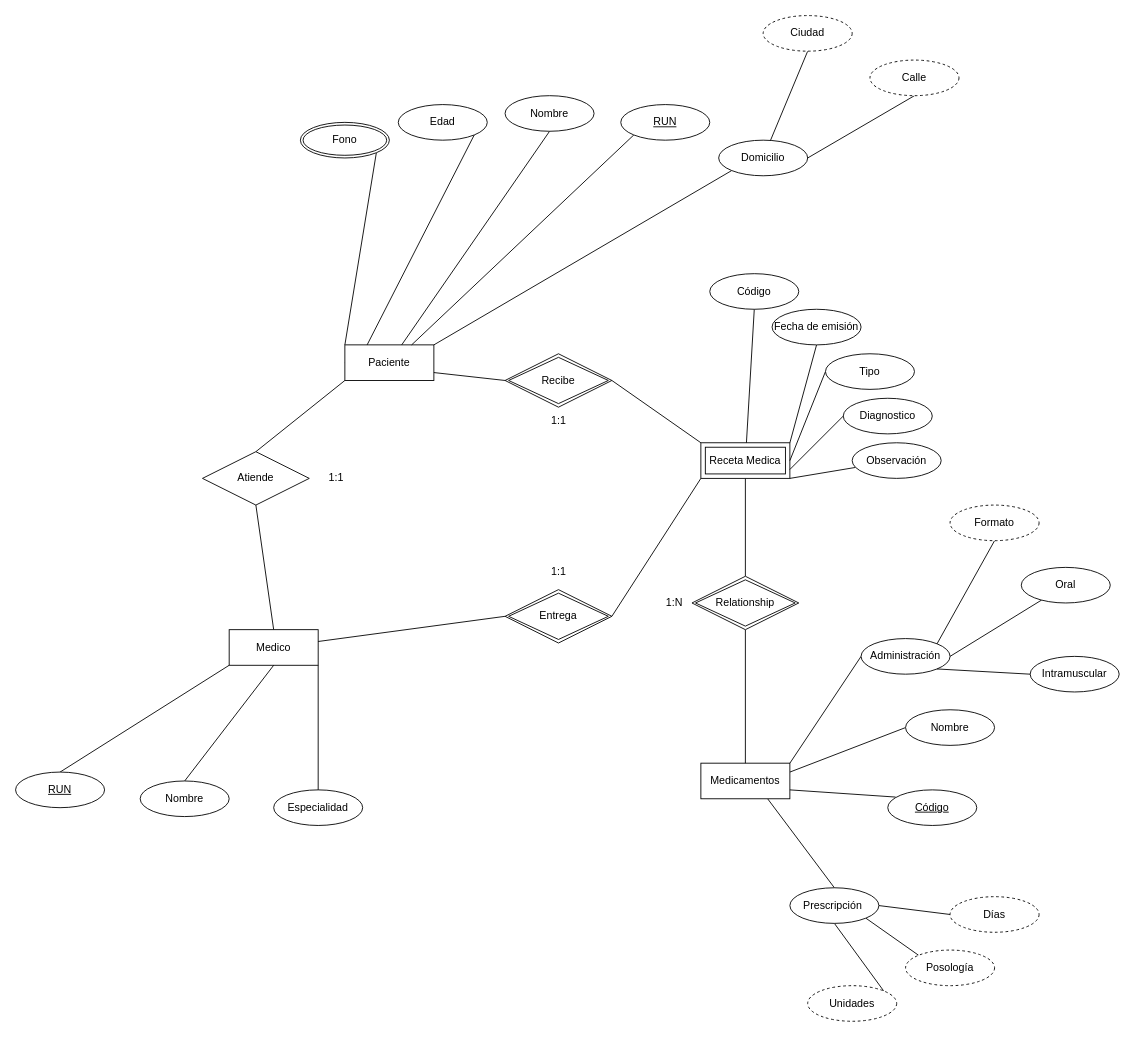
Before: src/Diagrama sin título.drawio in MXNGXRA/Proyectos-VSC, a draw.io diagram. Source tidied: cells renumbered, new cells numbered last; positions are measured from the earlier drawing's top-left corner, leaving out a move shared by most shapes. Both pictures are drawn from the tidied source at 89%, with x=0, y=0 at pixel (15, 15).
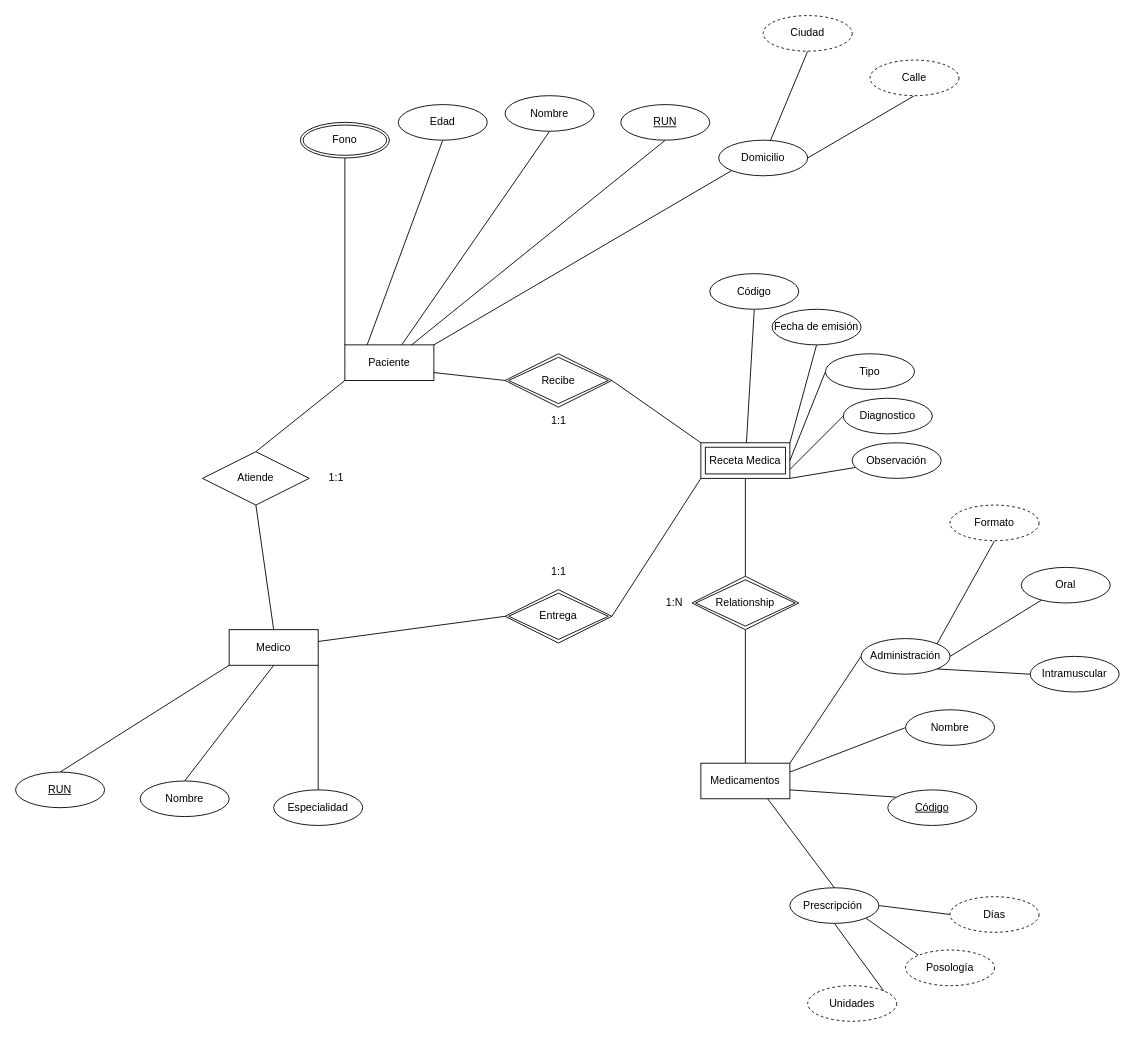
The same page after the edit.

Unchanged cells that the change refers to:
```xml
<mxCell id="10" value="Paciente" style="whiteSpace=wrap;html=1;align=center;" parent="1" vertex="1">
  <mxGeometry x="370" y="370" width="100" height="40" as="geometry" />
</mxCell>
<mxCell id="43" value="RUN" style="ellipse;whiteSpace=wrap;html=1;align=center;fontStyle=4;" parent="1" vertex="1">
  <mxGeometry x="680" y="100" width="100" height="40" as="geometry" />
</mxCell>
<mxCell id="45" value="Edad" style="ellipse;whiteSpace=wrap;html=1;align=center;" parent="1" vertex="1">
  <mxGeometry x="430" y="100" width="100" height="40" as="geometry" />
</mxCell>
<mxCell id="48" value="Fono" style="ellipse;shape=doubleEllipse;margin=3;whiteSpace=wrap;html=1;align=center;" parent="1" vertex="1">
  <mxGeometry x="320" y="120" width="100" height="40" as="geometry" />
</mxCell>
```

Diff of the diagram source:
```diff
@@
-    <mxCell id="7" style="rounded=0;jettySize=auto;html=1;exitX=0;exitY=0;exitDx=0;exitDy=0;entryX=1;entryY=1;entryDx=0;entryDy=0;endArrow=none;endFill=0;" parent="1" edge="1" source="10" target="48">
+    <mxCell id="7" style="rounded=0;jettySize=auto;html=1;exitX=0;exitY=0;exitDx=0;exitDy=0;entryX=0.5;entryY=1;entryDx=0;entryDy=0;endArrow=none;endFill=0;" parent="1" edge="1" source="10" target="48">
       <mxGeometry relative="1" as="geometry" />
     </mxCell>
@@
-    <mxCell id="42" style="rounded=0;jettySize=auto;html=1;exitX=0;exitY=1;exitDx=0;exitDy=0;entryX=0.75;entryY=0;entryDx=0;entryDy=0;endArrow=none;endFill=0;" parent="1" edge="1" source="43" target="10">
+    <mxCell id="42" style="rounded=0;jettySize=auto;html=1;exitX=0.5;exitY=1;exitDx=0;exitDy=0;entryX=0.75;entryY=0;entryDx=0;entryDy=0;endArrow=none;endFill=0;" parent="1" edge="1" source="43" target="10">
       <mxGeometry relative="1" as="geometry" />
     </mxCell>
@@
-    <mxCell id="44" style="rounded=0;jettySize=auto;html=1;exitX=1;exitY=1;exitDx=0;exitDy=0;entryX=0.25;entryY=0;entryDx=0;entryDy=0;endArrow=none;endFill=0;" parent="1" edge="1" source="45" target="10">
+    <mxCell id="44" style="rounded=0;jettySize=auto;html=1;exitX=0.5;exitY=1;exitDx=0;exitDy=0;entryX=0.25;entryY=0;entryDx=0;entryDy=0;endArrow=none;endFill=0;" parent="1" edge="1" source="45" target="10">
       <mxGeometry relative="1" as="geometry" />
     </mxCell>
```
